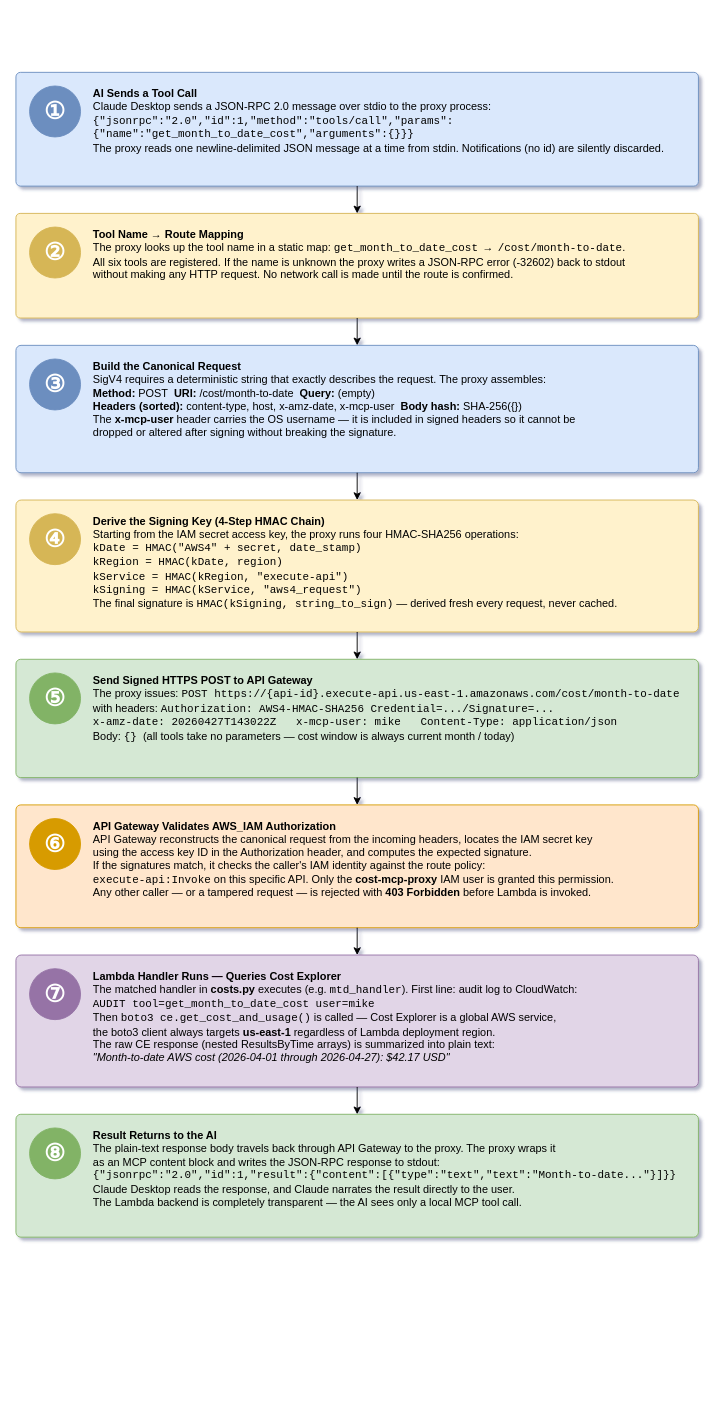
The draw.io diagram aws-serverless-mcp-flow.drawio in mamonaco1973/aws-serverless-mcp, before the edit. Source tidied: cells renumbered, new cells numbered last; positions are measured from the earlier drawing's top-left corner, leaving out a move shared by most shapes. Both pictures are drawn from the tidied source at 91%, with x=0, y=0 at pixel (15, 72).
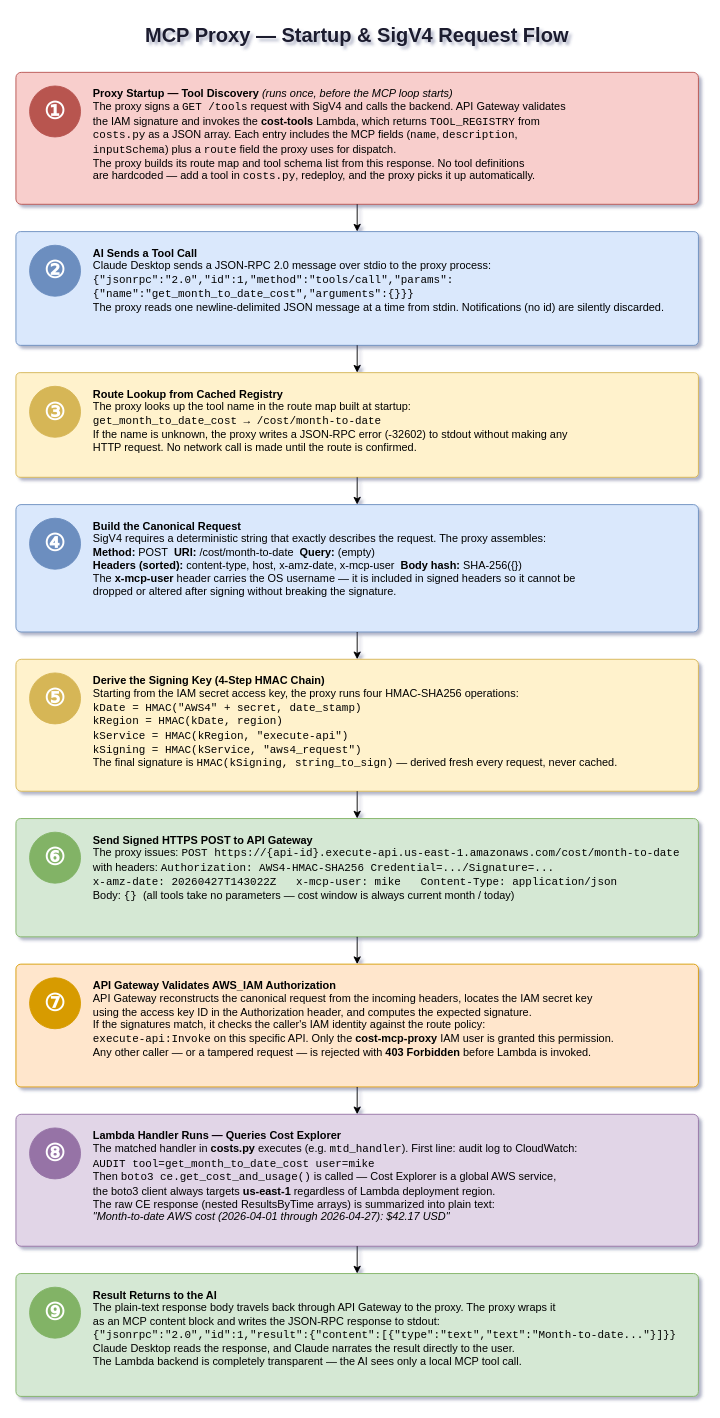
Above is the later version.

Commit message (it also covers changes not shown here):
work on tool discovery

The edit, as a diff of the source:
```diff
@@
+    <mxCell id="33" value="MCP Proxy — Startup &amp; SigV4 Request Flow" style="text;html=1;strokeColor=none;fillColor=none;align=center;verticalAlign=middle;whiteSpace=wrap;rounded=0;fontSize=22;fontStyle=1;fontColor=#1a1a2e;" parent="1" vertex="1">
+      <mxGeometry y="-62" width="750" height="44" as="geometry" />
+    </mxCell>
-    <mxCell id="2" style="rounded=1;whiteSpace=wrap;html=1;fillColor=#dae8fc;strokeColor=#6c8ebf;arcSize=4;" parent="1" vertex="1">
-      <mxGeometry width="750" height="125" as="geometry" />
+    <mxCell id="2" style="rounded=1;whiteSpace=wrap;html=1;fillColor=#f8cecc;strokeColor=#b85450;arcSize=4;" parent="1" vertex="1">
+      <mxGeometry width="750" height="145" as="geometry" />
     </mxCell>
-    <mxCell id="3" value="①" style="ellipse;whiteSpace=wrap;html=1;fillColor=#6c8ebf;strokeColor=#6c8ebf;fontSize=26;fontStyle=1;fontColor=#ffffff;align=center;verticalAlign=middle;" parent="1" vertex="1">
+    <mxCell id="3" value="①" style="ellipse;whiteSpace=wrap;html=1;fillColor=#b85450;strokeColor=#b85450;fontSize=26;fontStyle=1;fontColor=#ffffff;align=center;verticalAlign=middle;" parent="1" vertex="1">
       <mxGeometry x="15" y="15" width="56" height="56" as="geometry" />
     </mxCell>
-    <mxCell id="4" value="&lt;b&gt;AI Sends a Tool Call&lt;/b&gt;&lt;br&gt;Claude Desktop sends a JSON-RPC 2.0 message over stdio to the proxy process:&lt;br&gt;&lt;tt&gt;{&quot;jsonrpc&quot;:&quot;2.0&quot;,&quot;id&quot;:1,&quot;method&quot;:&quot;tools/call&quot;,&quot;params&quot;:{&quot;name&quot;:&quot;get_month_to_date_cost&quot;,&quot;arguments&quot;:{}}}&lt;/tt&gt;&lt;br&gt;The proxy reads one newline-delimited JSON message at a time from stdin. Notifications (no id) are silently discarded." style="text;html=1;strokeColor=none;fillColor=none;align=left;verticalAlign=top;whiteSpace=wrap;rounded=0;fontSize=12;" parent="1" vertex="1">
-      <mxGeometry x="83" y="10" width="657" height="110" as="geometry" />
+    <mxCell id="4" value="&lt;b&gt;Proxy Startup — Tool Discovery&lt;/b&gt; &lt;i&gt;(runs once, before the MCP loop starts)&lt;/i&gt;&lt;br&gt;The proxy signs a &lt;tt&gt;GET /tools&lt;/tt&gt; request with SigV4 and calls the backend. API Gateway validates&lt;br&gt;the IAM signature and invokes the &lt;b&gt;cost-tools&lt;/b&gt; Lambda, which returns &lt;tt&gt;TOOL_REGISTRY&lt;/tt&gt; from&lt;br&gt;&lt;tt&gt;costs.py&lt;/tt&gt; as a JSON array. Each entry includes the MCP fields (&lt;tt&gt;name&lt;/tt&gt;, &lt;tt&gt;description&lt;/tt&gt;,&lt;br&gt;&lt;tt&gt;inputSchema&lt;/tt&gt;) plus a &lt;tt&gt;route&lt;/tt&gt; field the proxy uses for dispatch.&lt;br&gt;The proxy builds its route map and tool schema list from this response. No tool definitions&lt;br&gt;are hardcoded — add a tool in &lt;tt&gt;costs.py&lt;/tt&gt;, redeploy, and the proxy picks it up automatically." style="text;html=1;strokeColor=none;fillColor=none;align=left;verticalAlign=top;whiteSpace=wrap;rounded=0;fontSize=12;" parent="1" vertex="1">
+      <mxGeometry x="83" y="10" width="657" height="130" as="geometry" />
     </mxCell>
@@
-    <mxCell id="6" style="rounded=1;whiteSpace=wrap;html=1;fillColor=#fff2cc;strokeColor=#d6b656;arcSize=4;" parent="1" vertex="1">
-      <mxGeometry y="155" width="750" height="115" as="geometry" />
+    <mxCell id="6" style="rounded=1;whiteSpace=wrap;html=1;fillColor=#dae8fc;strokeColor=#6c8ebf;arcSize=4;" parent="1" vertex="1">
+      <mxGeometry y="175" width="750" height="125" as="geometry" />
     </mxCell>
-    <mxCell id="7" value="②" style="ellipse;whiteSpace=wrap;html=1;fillColor=#d6b656;strokeColor=#d6b656;fontSize=26;fontStyle=1;fontColor=#ffffff;align=center;verticalAlign=middle;" parent="1" vertex="1">
-      <mxGeometry x="15" y="170" width="56" height="56" as="geometry" />
+    <mxCell id="7" value="②" style="ellipse;whiteSpace=wrap;html=1;fillColor=#6c8ebf;strokeColor=#6c8ebf;fontSize=26;fontStyle=1;fontColor=#ffffff;align=center;verticalAlign=middle;" parent="1" vertex="1">
+      <mxGeometry x="15" y="190" width="56" height="56" as="geometry" />
     </mxCell>
-    <mxCell id="8" value="&lt;b&gt;Tool Name → Route Mapping&lt;/b&gt;&lt;br&gt;The proxy looks up the tool name in a static map: &lt;tt&gt;get_month_to_date_cost → /cost/month-to-date&lt;/tt&gt;.&lt;br&gt;All six tools are registered. If the name is unknown the proxy writes a JSON-RPC error (-32602) back to stdout&lt;br&gt;without making any HTTP request. No network call is made until the route is confirmed." style="text;html=1;strokeColor=none;fillColor=none;align=left;verticalAlign=top;whiteSpace=wrap;rounded=0;fontSize=12;" parent="1" vertex="1">
-      <mxGeometry x="83" y="165" width="657" height="100" as="geometry" />
+    <mxCell id="8" value="&lt;b&gt;AI Sends a Tool Call&lt;/b&gt;&lt;br&gt;Claude Desktop sends a JSON-RPC 2.0 message over stdio to the proxy process:&lt;br&gt;&lt;tt&gt;{&quot;jsonrpc&quot;:&quot;2.0&quot;,&quot;id&quot;:1,&quot;method&quot;:&quot;tools/call&quot;,&quot;params&quot;:{&quot;name&quot;:&quot;get_month_to_date_cost&quot;,&quot;arguments&quot;:{}}}&lt;/tt&gt;&lt;br&gt;The proxy reads one newline-delimited JSON message at a time from stdin. Notifications (no id) are silently discarded." style="text;html=1;strokeColor=none;fillColor=none;align=left;verticalAlign=top;whiteSpace=wrap;rounded=0;fontSize=12;" parent="1" vertex="1">
+      <mxGeometry x="83" y="185" width="657" height="110" as="geometry" />
     </mxCell>
@@
-    <mxCell id="10" style="rounded=1;whiteSpace=wrap;html=1;fillColor=#dae8fc;strokeColor=#6c8ebf;arcSize=4;" parent="1" vertex="1">
-      <mxGeometry y="300" width="750" height="140" as="geometry" />
+    <mxCell id="10" style="rounded=1;whiteSpace=wrap;html=1;fillColor=#fff2cc;strokeColor=#d6b656;arcSize=4;" parent="1" vertex="1">
+      <mxGeometry y="330" width="750" height="115" as="geometry" />
     </mxCell>
-    <mxCell id="11" value="③" style="ellipse;whiteSpace=wrap;html=1;fillColor=#6c8ebf;strokeColor=#6c8ebf;fontSize=26;fontStyle=1;fontColor=#ffffff;align=center;verticalAlign=middle;" parent="1" vertex="1">
-      <mxGeometry x="15" y="315" width="56" height="56" as="geometry" />
+    <mxCell id="11" value="③" style="ellipse;whiteSpace=wrap;html=1;fillColor=#d6b656;strokeColor=#d6b656;fontSize=26;fontStyle=1;fontColor=#ffffff;align=center;verticalAlign=middle;" parent="1" vertex="1">
+      <mxGeometry x="15" y="345" width="56" height="56" as="geometry" />
     </mxCell>
-    <mxCell id="12" value="&lt;b&gt;Build the Canonical Request&lt;/b&gt;&lt;br&gt;SigV4 requires a deterministic string that exactly describes the request. The proxy assembles:&lt;br&gt;&lt;b&gt;Method:&lt;/b&gt; POST &amp;nbsp;&lt;b&gt;URI:&lt;/b&gt; /cost/month-to-date &amp;nbsp;&lt;b&gt;Query:&lt;/b&gt; (empty)&lt;br&gt;&lt;b&gt;Headers (sorted):&lt;/b&gt; content-type, host, x-amz-date, x-mcp-user &amp;nbsp;&lt;b&gt;Body hash:&lt;/b&gt; SHA-256({})&lt;br&gt;The &lt;b&gt;x-mcp-user&lt;/b&gt; header carries the OS username — it is included in signed headers so it cannot be&lt;br&gt;dropped or altered after signing without breaking the signature." style="text;html=1;strokeColor=none;fillColor=none;align=left;verticalAlign=top;whiteSpace=wrap;rounded=0;fontSize=12;" parent="1" vertex="1">
-      <mxGeometry x="83" y="310" width="657" height="125" as="geometry" />
+    <mxCell id="12" value="&lt;b&gt;Route Lookup from Cached Registry&lt;/b&gt;&lt;br&gt;The proxy looks up the tool name in the route map built at startup:&lt;br&gt;&lt;tt&gt;get_month_to_date_cost → /cost/month-to-date&lt;/tt&gt;&lt;br&gt;If the name is unknown, the proxy writes a JSON-RPC error (-32602) to stdout without making any&lt;br&gt;HTTP request. No network call is made until the route is confirmed." style="text;html=1;strokeColor=none;fillColor=none;align=left;verticalAlign=top;whiteSpace=wrap;rounded=0;fontSize=12;" parent="1" vertex="1">
+      <mxGeometry x="83" y="340" width="657" height="100" as="geometry" />
     </mxCell>
@@
-    <mxCell id="14" style="rounded=1;whiteSpace=wrap;html=1;fillColor=#fff2cc;strokeColor=#d6b656;arcSize=4;" parent="1" vertex="1">
-      <mxGeometry y="470" width="750" height="145" as="geometry" />
+    <mxCell id="14" style="rounded=1;whiteSpace=wrap;html=1;fillColor=#dae8fc;strokeColor=#6c8ebf;arcSize=4;" parent="1" vertex="1">
+      <mxGeometry y="475" width="750" height="140" as="geometry" />
     </mxCell>
-    <mxCell id="15" value="④" style="ellipse;whiteSpace=wrap;html=1;fillColor=#d6b656;strokeColor=#d6b656;fontSize=26;fontStyle=1;fontColor=#ffffff;align=center;verticalAlign=middle;" parent="1" vertex="1">
-      <mxGeometry x="15" y="485" width="56" height="56" as="geometry" />
+    <mxCell id="15" value="④" style="ellipse;whiteSpace=wrap;html=1;fillColor=#6c8ebf;strokeColor=#6c8ebf;fontSize=26;fontStyle=1;fontColor=#ffffff;align=center;verticalAlign=middle;" parent="1" vertex="1">
+      <mxGeometry x="15" y="490" width="56" height="56" as="geometry" />
     </mxCell>
-    <mxCell id="16" value="&lt;b&gt;Derive the Signing Key (4-Step HMAC Chain)&lt;/b&gt;&lt;br&gt;Starting from the IAM secret access key, the proxy runs four HMAC-SHA256 operations:&lt;br&gt;&lt;tt&gt;kDate    = HMAC(&quot;AWS4&quot; + secret,  date_stamp)&lt;/tt&gt;&lt;br&gt;&lt;tt&gt;kRegion  = HMAC(kDate,            region)&lt;/tt&gt;&lt;br&gt;&lt;tt&gt;kService = HMAC(kRegion,          &quot;execute-api&quot;)&lt;/tt&gt;&lt;br&gt;&lt;tt&gt;kSigning = HMAC(kService,         &quot;aws4_request&quot;)&lt;/tt&gt;&lt;br&gt;The final signature is &lt;tt&gt;HMAC(kSigning, string_to_sign)&lt;/tt&gt; — derived fresh every request, never cached." style="text;html=1;strokeColor=none;fillColor=none;align=left;verticalAlign=top;whiteSpace=wrap;rounded=0;fontSize=12;" parent="1" vertex="1">
-      <mxGeometry x="83" y="480" width="657" height="130" as="geometry" />
+    <mxCell id="16" value="&lt;b&gt;Build the Canonical Request&lt;/b&gt;&lt;br&gt;SigV4 requires a deterministic string that exactly describes the request. The proxy assembles:&lt;br&gt;&lt;b&gt;Method:&lt;/b&gt; POST &amp;nbsp;&lt;b&gt;URI:&lt;/b&gt; /cost/month-to-date &amp;nbsp;&lt;b&gt;Query:&lt;/b&gt; (empty)&lt;br&gt;&lt;b&gt;Headers (sorted):&lt;/b&gt; content-type, host, x-amz-date, x-mcp-user &amp;nbsp;&lt;b&gt;Body hash:&lt;/b&gt; SHA-256({})&lt;br&gt;The &lt;b&gt;x-mcp-user&lt;/b&gt; header carries the OS username — it is included in signed headers so it cannot be&lt;br&gt;dropped or altered after signing without breaking the signature." style="text;html=1;strokeColor=none;fillColor=none;align=left;verticalAlign=top;whiteSpace=wrap;rounded=0;fontSize=12;" parent="1" vertex="1">
+      <mxGeometry x="83" y="485" width="657" height="125" as="geometry" />
     </mxCell>
@@
-    <mxCell id="18" style="rounded=1;whiteSpace=wrap;html=1;fillColor=#d5e8d4;strokeColor=#82b366;arcSize=4;" parent="1" vertex="1">
-      <mxGeometry y="645" width="750" height="130" as="geometry" />
+    <mxCell id="18" style="rounded=1;whiteSpace=wrap;html=1;fillColor=#fff2cc;strokeColor=#d6b656;arcSize=4;" parent="1" vertex="1">
+      <mxGeometry y="645" width="750" height="145" as="geometry" />
     </mxCell>
-    <mxCell id="19" value="⑤" style="ellipse;whiteSpace=wrap;html=1;fillColor=#82b366;strokeColor=#82b366;fontSize=26;fontStyle=1;fontColor=#ffffff;align=center;verticalAlign=middle;" parent="1" vertex="1">
+    <mxCell id="19" value="⑤" style="ellipse;whiteSpace=wrap;html=1;fillColor=#d6b656;strokeColor=#d6b656;fontSize=26;fontStyle=1;fontColor=#ffffff;align=center;verticalAlign=middle;" parent="1" vertex="1">
       <mxGeometry x="15" y="660" width="56" height="56" as="geometry" />
     </mxCell>
-    <mxCell id="20" value="&lt;b&gt;Send Signed HTTPS POST to API Gateway&lt;/b&gt;&lt;br&gt;The proxy issues: &lt;tt&gt;POST https://{api-id}.execute-api.us-east-1.amazonaws.com/cost/month-to-date&lt;/tt&gt;&lt;br&gt;with headers: &lt;tt&gt;Authorization: AWS4-HMAC-SHA256 Credential=.../Signature=...&lt;/tt&gt;&lt;br&gt;&lt;tt&gt;x-amz-date: 20260427T143022Z &amp;nbsp; x-mcp-user: mike &amp;nbsp; Content-Type: application/json&lt;/tt&gt;&lt;br&gt;Body: &lt;tt&gt;{}&lt;/tt&gt; &amp;nbsp;(all tools take no parameters — cost window is always current month / today)" style="text;html=1;strokeColor=none;fillColor=none;align=left;verticalAlign=top;whiteSpace=wrap;rounded=0;fontSize=12;" parent="1" vertex="1">
-      <mxGeometry x="83" y="655" width="657" height="115" as="geometry" />
+    <mxCell id="20" value="&lt;b&gt;Derive the Signing Key (4-Step HMAC Chain)&lt;/b&gt;&lt;br&gt;Starting from the IAM secret access key, the proxy runs four HMAC-SHA256 operations:&lt;br&gt;&lt;tt&gt;kDate    = HMAC(&quot;AWS4&quot; + secret,  date_stamp)&lt;/tt&gt;&lt;br&gt;&lt;tt&gt;kRegion  = HMAC(kDate,            region)&lt;/tt&gt;&lt;br&gt;&lt;tt&gt;kService = HMAC(kRegion,          &quot;execute-api&quot;)&lt;/tt&gt;&lt;br&gt;&lt;tt&gt;kSigning = HMAC(kService,         &quot;aws4_request&quot;)&lt;/tt&gt;&lt;br&gt;The final signature is &lt;tt&gt;HMAC(kSigning, string_to_sign)&lt;/tt&gt; — derived fresh every request, never cached." style="text;html=1;strokeColor=none;fillColor=none;align=left;verticalAlign=top;whiteSpace=wrap;rounded=0;fontSize=12;" parent="1" vertex="1">
+      <mxGeometry x="83" y="655" width="657" height="130" as="geometry" />
     </mxCell>
@@
-    <mxCell id="22" style="rounded=1;whiteSpace=wrap;html=1;fillColor=#ffe6cc;strokeColor=#d79b00;arcSize=4;" parent="1" vertex="1">
-      <mxGeometry y="805" width="750" height="135" as="geometry" />
+    <mxCell id="22" style="rounded=1;whiteSpace=wrap;html=1;fillColor=#d5e8d4;strokeColor=#82b366;arcSize=4;" parent="1" vertex="1">
+      <mxGeometry y="820" width="750" height="130" as="geometry" />
     </mxCell>
-    <mxCell id="23" value="⑥" style="ellipse;whiteSpace=wrap;html=1;fillColor=#d79b00;strokeColor=#d79b00;fontSize=26;fontStyle=1;fontColor=#ffffff;align=center;verticalAlign=middle;" parent="1" vertex="1">
-      <mxGeometry x="15" y="820" width="56" height="56" as="geometry" />
+    <mxCell id="23" value="⑥" style="ellipse;whiteSpace=wrap;html=1;fillColor=#82b366;strokeColor=#82b366;fontSize=26;fontStyle=1;fontColor=#ffffff;align=center;verticalAlign=middle;" parent="1" vertex="1">
+      <mxGeometry x="15" y="835" width="56" height="56" as="geometry" />
     </mxCell>
-    <mxCell id="24" value="&lt;b&gt;API Gateway Validates AWS_IAM Authorization&lt;/b&gt;&lt;br&gt;API Gateway reconstructs the canonical request from the incoming headers, locates the IAM secret key&lt;br&gt;using the access key ID in the Authorization header, and computes the expected signature.&lt;br&gt;If the signatures match, it checks the caller's IAM identity against the route policy:&lt;br&gt;&lt;tt&gt;execute-api:Invoke&lt;/tt&gt; on this specific API. Only the &lt;b&gt;cost-mcp-proxy&lt;/b&gt; IAM user is granted this permission.&lt;br&gt;Any other caller — or a tampered request — is rejected with &lt;b&gt;403 Forbidden&lt;/b&gt; before Lambda is invoked." style="text;html=1;strokeColor=none;fillColor=none;align=left;verticalAlign=top;whiteSpace=wrap;rounded=0;fontSize=12;" parent="1" vertex="1">
-      <mxGeometry x="83" y="815" width="657" height="120" as="geometry" />
+    <mxCell id="24" value="&lt;b&gt;Send Signed HTTPS POST to API Gateway&lt;/b&gt;&lt;br&gt;The proxy issues: &lt;tt&gt;POST https://{api-id}.execute-api.us-east-1.amazonaws.com/cost/month-to-date&lt;/tt&gt;&lt;br&gt;with headers: &lt;tt&gt;Authorization: AWS4-HMAC-SHA256 Credential=.../Signature=...&lt;/tt&gt;&lt;br&gt;&lt;tt&gt;x-amz-date: 20260427T143022Z &amp;nbsp; x-mcp-user: mike &amp;nbsp; Content-Type: application/json&lt;/tt&gt;&lt;br&gt;Body: &lt;tt&gt;{}&lt;/tt&gt; &amp;nbsp;(all tools take no parameters — cost window is always current month / today)" style="text;html=1;strokeColor=none;fillColor=none;align=left;verticalAlign=top;whiteSpace=wrap;rounded=0;fontSize=12;" parent="1" vertex="1">
+      <mxGeometry x="83" y="830" width="657" height="115" as="geometry" />
     </mxCell>
@@
-    <mxCell id="26" style="rounded=1;whiteSpace=wrap;html=1;fillColor=#e1d5e7;strokeColor=#9673a6;arcSize=4;" parent="1" vertex="1">
-      <mxGeometry y="970" width="750" height="145" as="geometry" />
+    <mxCell id="26" style="rounded=1;whiteSpace=wrap;html=1;fillColor=#ffe6cc;strokeColor=#d79b00;arcSize=4;" parent="1" vertex="1">
+      <mxGeometry y="980" width="750" height="135" as="geometry" />
     </mxCell>
-    <mxCell id="27" value="⑦" style="ellipse;whiteSpace=wrap;html=1;fillColor=#9673a6;strokeColor=#9673a6;fontSize=26;fontStyle=1;fontColor=#ffffff;align=center;verticalAlign=middle;" parent="1" vertex="1">
-      <mxGeometry x="15" y="985" width="56" height="56" as="geometry" />
+    <mxCell id="27" value="⑦" style="ellipse;whiteSpace=wrap;html=1;fillColor=#d79b00;strokeColor=#d79b00;fontSize=26;fontStyle=1;fontColor=#ffffff;align=center;verticalAlign=middle;" parent="1" vertex="1">
+      <mxGeometry x="15" y="995" width="56" height="56" as="geometry" />
     </mxCell>
-    <mxCell id="28" value="&lt;b&gt;Lambda Handler Runs — Queries Cost Explorer&lt;/b&gt;&lt;br&gt;The matched handler in &lt;b&gt;costs.py&lt;/b&gt; executes (e.g. &lt;tt&gt;mtd_handler&lt;/tt&gt;). First line: audit log to CloudWatch:&lt;br&gt;&lt;tt&gt;AUDIT tool=get_month_to_date_cost user=mike&lt;/tt&gt;&lt;br&gt;Then &lt;tt&gt;boto3 ce.get_cost_and_usage()&lt;/tt&gt; is called — Cost Explorer is a global AWS service,&lt;br&gt;the boto3 client always targets &lt;b&gt;us-east-1&lt;/b&gt; regardless of Lambda deployment region.&lt;br&gt;The raw CE response (nested ResultsByTime arrays) is summarized into plain text:&lt;br&gt;&lt;i&gt;&quot;Month-to-date AWS cost (2026-04-01 through 2026-04-27): $42.17 USD&quot;&lt;/i&gt;" style="text;html=1;strokeColor=none;fillColor=none;align=left;verticalAlign=top;whiteSpace=wrap;rounded=0;fontSize=12;" parent="1" vertex="1">
-      <mxGeometry x="83" y="980" width="657" height="130" as="geometry" />
+    <mxCell id="28" value="&lt;b&gt;API Gateway Validates AWS_IAM Authorization&lt;/b&gt;&lt;br&gt;API Gateway reconstructs the canonical request from the incoming headers, locates the IAM secret key&lt;br&gt;using the access key ID in the Authorization header, and computes the expected signature.&lt;br&gt;If the signatures match, it checks the caller's IAM identity against the route policy:&lt;br&gt;&lt;tt&gt;execute-api:Invoke&lt;/tt&gt; on this specific API. Only the &lt;b&gt;cost-mcp-proxy&lt;/b&gt; IAM user is granted this permission.&lt;br&gt;Any other caller — or a tampered request — is rejected with &lt;b&gt;403 Forbidden&lt;/b&gt; before Lambda is invoked." style="text;html=1;strokeColor=none;fillColor=none;align=left;verticalAlign=top;whiteSpace=wrap;rounded=0;fontSize=12;" parent="1" vertex="1">
+      <mxGeometry x="83" y="990" width="657" height="120" as="geometry" />
     </mxCell>
@@
-    <mxCell id="30" style="rounded=1;whiteSpace=wrap;html=1;fillColor=#d5e8d4;strokeColor=#82b366;arcSize=4;" parent="1" vertex="1">
-      <mxGeometry y="1145" width="750" height="135" as="geometry" />
+    <mxCell id="30" style="rounded=1;whiteSpace=wrap;html=1;fillColor=#e1d5e7;strokeColor=#9673a6;arcSize=4;" parent="1" vertex="1">
+      <mxGeometry y="1145" width="750" height="145" as="geometry" />
     </mxCell>
-    <mxCell id="31" value="⑧" style="ellipse;whiteSpace=wrap;html=1;fillColor=#82b366;strokeColor=#82b366;fontSize=26;fontStyle=1;fontColor=#ffffff;align=center;verticalAlign=middle;" parent="1" vertex="1">
+    <mxCell id="31" value="⑧" style="ellipse;whiteSpace=wrap;html=1;fillColor=#9673a6;strokeColor=#9673a6;fontSize=26;fontStyle=1;fontColor=#ffffff;align=center;verticalAlign=middle;" parent="1" vertex="1">
       <mxGeometry x="15" y="1160" width="56" height="56" as="geometry" />
     </mxCell>
-    <mxCell id="32" value="&lt;b&gt;Result Returns to the AI&lt;/b&gt;&lt;br&gt;The plain-text response body travels back through API Gateway to the proxy. The proxy wraps it&lt;br&gt;as an MCP content block and writes the JSON-RPC response to stdout:&lt;br&gt;&lt;tt&gt;{&quot;jsonrpc&quot;:&quot;2.0&quot;,&quot;id&quot;:1,&quot;result&quot;:{&quot;content&quot;:[{&quot;type&quot;:&quot;text&quot;,&quot;text&quot;:&quot;Month-to-date...&quot;}]}}&lt;/tt&gt;&lt;br&gt;Claude Desktop reads the response, and Claude narrates the result directly to the user.&lt;br&gt;The Lambda backend is completely transparent — the AI sees only a local MCP tool call." style="text;html=1;strokeColor=none;fillColor=none;align=left;verticalAlign=top;whiteSpace=wrap;rounded=0;fontSize=12;" parent="1" vertex="1">
-      <mxGeometry x="83" y="1155" width="657" height="120" as="geometry" />
+    <mxCell id="32" value="&lt;b&gt;Lambda Handler Runs — Queries Cost Explorer&lt;/b&gt;&lt;br&gt;The matched handler in &lt;b&gt;costs.py&lt;/b&gt; executes (e.g. &lt;tt&gt;mtd_handler&lt;/tt&gt;). First line: audit log to CloudWatch:&lt;br&gt;&lt;tt&gt;AUDIT tool=get_month_to_date_cost user=mike&lt;/tt&gt;&lt;br&gt;Then &lt;tt&gt;boto3 ce.get_cost_and_usage()&lt;/tt&gt; is called — Cost Explorer is a global AWS service,&lt;br&gt;the boto3 client always targets &lt;b&gt;us-east-1&lt;/b&gt; regardless of Lambda deployment region.&lt;br&gt;The raw CE response (nested ResultsByTime arrays) is summarized into plain text:&lt;br&gt;&lt;i&gt;&quot;Month-to-date AWS cost (2026-04-01 through 2026-04-27): $42.17 USD&quot;&lt;/i&gt;" style="text;html=1;strokeColor=none;fillColor=none;align=left;verticalAlign=top;whiteSpace=wrap;rounded=0;fontSize=12;" parent="1" vertex="1">
+      <mxGeometry x="83" y="1155" width="657" height="130" as="geometry" />
     </mxCell>
+    <mxCell id="34" style="edgeStyle=orthogonalEdgeStyle;rounded=0;" parent="1" edge="1" source="30" target="35">
+      <mxGeometry relative="1" as="geometry" />
+    </mxCell>
+    <mxCell id="35" style="rounded=1;whiteSpace=wrap;html=1;fillColor=#d5e8d4;strokeColor=#82b366;arcSize=4;" parent="1" vertex="1">
+      <mxGeometry y="1320" width="750" height="135" as="geometry" />
+    </mxCell>
+    <mxCell id="36" value="⑨" style="ellipse;whiteSpace=wrap;html=1;fillColor=#82b366;strokeColor=#82b366;fontSize=26;fontStyle=1;fontColor=#ffffff;align=center;verticalAlign=middle;" parent="1" vertex="1">
+      <mxGeometry x="15" y="1335" width="56" height="56" as="geometry" />
+    </mxCell>
+    <mxCell id="37" value="&lt;b&gt;Result Returns to the AI&lt;/b&gt;&lt;br&gt;The plain-text response body travels back through API Gateway to the proxy. The proxy wraps it&lt;br&gt;as an MCP content block and writes the JSON-RPC response to stdout:&lt;br&gt;&lt;tt&gt;{&quot;jsonrpc&quot;:&quot;2.0&quot;,&quot;id&quot;:1,&quot;result&quot;:{&quot;content&quot;:[{&quot;type&quot;:&quot;text&quot;,&quot;text&quot;:&quot;Month-to-date...&quot;}]}}&lt;/tt&gt;&lt;br&gt;Claude Desktop reads the response, and Claude narrates the result directly to the user.&lt;br&gt;The Lambda backend is completely transparent — the AI sees only a local MCP tool call." style="text;html=1;strokeColor=none;fillColor=none;align=left;verticalAlign=top;whiteSpace=wrap;rounded=0;fontSize=12;" parent="1" vertex="1">
+      <mxGeometry x="83" y="1330" width="657" height="120" as="geometry" />
+    </mxCell>
```
